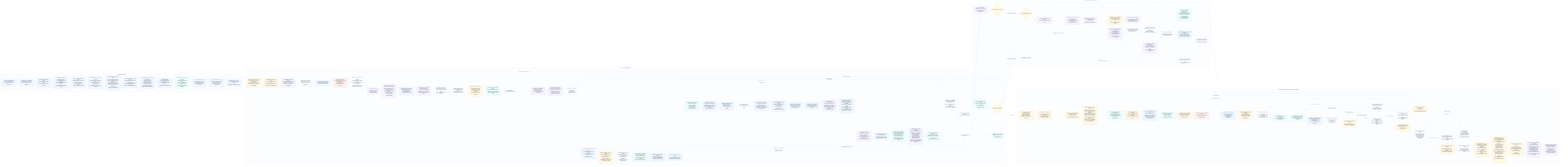
Earlier version of the Mermaid export odylith/atlas/source/domain-intelligence-greenfield-governance.png (odylith/odylith). Its source is kept beside it as odylith/atlas/source/domain-intelligence-greenfield-governance.mmd.
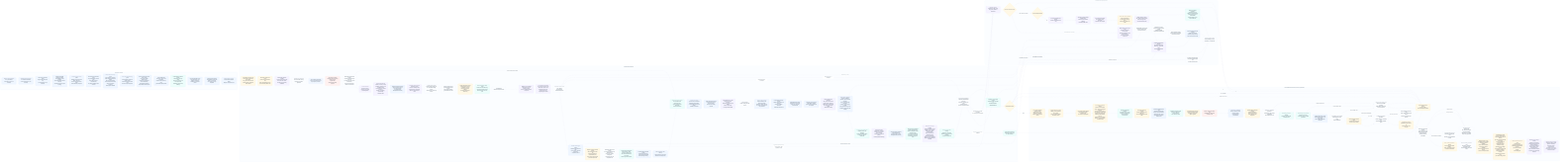
After the commit.

What changed in the source:
```diff
@@ -47,12 +47,14 @@
       state_boundary_titles["Radar title/action projection<br/>one resolved human actor/action pair;<br/>system-owned events cannot title<br/>human workstreams"]
       next_steps["Operator next steps<br/>governed start workstream,<br/>readiness gates preserve curated middle and terminal actions,<br/>validation commands"]
       project_dashboard["Project dashboard preview<br/>fragment-safe source-launch prompts<br/>persisted into tooling payload"]
+      project_story_slots["Typed Product Story slots<br/>problem, first path, boundary,<br/>capabilities, and proof keep distinct<br/>label-to-slot identity through rendered DOM"]
       draft_set["ArtifactDraftSet<br/>human-visible governed drafts"]
       source_casing_custody["Source-casing custody<br/>accepted acronym and mixed-case tokens<br/>restored in visible copy only;<br/>IDs, paths, component refs stay structural"]
       control_plane_homonyms["Control-plane homonym custody<br/>Odylith surface names are blocked<br/>unless grounded in structured<br/>accepted product intent"]
       artifact_units["ArtifactQualityUnit stream<br/>projection id, source path,<br/>surface role, text kind,<br/>semantic node"]
       visible_actor_projection["Tribunal visible actor projection<br/>actor_source provenance,<br/>typed operator evidence,<br/>explicit many-hat allowance,<br/>role-specific generated labels,<br/>shared label custody"]
-      validators["Deterministic validators<br/>schema, traceability,<br/>grammar, typed canonical repetition,<br/>source-owned package repetition,<br/>topology, Project prompt quality,<br/>typed generated-copy units,<br/>clipped terminal tails"]
+      validators["Deterministic validators<br/>schema, traceability,<br/>grammar, typed canonical repetition,<br/>source-owned package repetition,<br/>topology, Project prompt quality,<br/>typed generated-copy units,<br/>complete-sentence terminal integrity"]
+      project_browser_states["Project browser state proof<br/>accepted, blank, and degraded<br/>desktop and mobile widths;<br/>no overflow, clamp, or hidden text"]
       expert_lenses["Expert-lens review<br/>PM, architect, engineer,<br/>domain reviewer typed owner contract<br/>coverage over accepted systems,<br/>including deferred topology"]
       persisted_readback["Persisted artifact readback<br/>create payload and accepted-project preview<br/>must agree before scoring"]
       governed_readback["Governed record readback<br/>release catalogs/events,<br/>Radar and Registry records,<br/>Compass records,<br/>surface payload globals,<br/>persisted source-launch;<br/>no Greenfield program or wave"]
@@ -125,9 +127,9 @@
     end
 
     visible_intent --> confirmable_stdout --> source_guard --> operating_envelope --> intent_section_parser --> prose_boundary_guard --> prompt_recovery --> editorial_framing_guard --> source_claim_custody --> confirmed_ir --> accepted_path_projection --> non_goal_owner --> sparse_systems --> public_system_copy
-    public_system_copy --> apply_input --> intent_visible_result --> compiler --> actor_role_owner --> artifact_actor_filter --> actor_path_role --> shared_event_resolver --> semantic_ir --> evaluation_semantics --> external_boundary --> sequence_owner --> subject_carry_guard --> result_language --> visible_result_priority --> prose_shape_guard --> artifact_plan --> release_scope --> canonical_facts --> projection_contract --> semantic_patch_targets --> registry_contract_custody --> semantic_result_custody --> projections --> confirmed_diagram_projection --> atlas_label_custody --> state_boundary_titles --> next_steps --> project_dashboard --> draft_set
+    public_system_copy --> apply_input --> intent_visible_result --> compiler --> actor_role_owner --> artifact_actor_filter --> actor_path_role --> shared_event_resolver --> semantic_ir --> evaluation_semantics --> external_boundary --> sequence_owner --> subject_carry_guard --> result_language --> visible_result_priority --> prose_shape_guard --> artifact_plan --> release_scope --> canonical_facts --> projection_contract --> semantic_patch_targets --> registry_contract_custody --> semantic_result_custody --> projections --> confirmed_diagram_projection --> atlas_label_custody --> state_boundary_titles --> next_steps --> project_dashboard --> project_story_slots --> draft_set
     shared_event_resolver -. "same resolved human event" .-> state_boundary_titles
-    draft_set --> source_casing_custody --> control_plane_homonyms --> artifact_units --> mermaid_source_units --> visible_actor_projection --> validators --> expert_lenses --> persisted_readback --> governed_readback --> evidence_readback --> typed_findings --> source_addresses --> projection_targets --> final_manifest
+    draft_set --> source_casing_custody --> control_plane_homonyms --> artifact_units --> mermaid_source_units --> visible_actor_projection --> validators --> project_browser_states --> expert_lenses --> persisted_readback --> governed_readback --> evidence_readback --> typed_findings --> source_addresses --> projection_targets --> final_manifest
     typed_findings -- "untyped or legacy-only evidence" --> legacy_blockers --> blockers
     final_manifest -- "pass" --> surface_custody --> portable_catalog_links --> transaction_quality --> acceptance_identity --> compiled_memory_previews --> report_envelope --> transaction_seal --> compiler_receipt --> pending_package --> transaction_ready --> commit_verify --> snapshot_manifest --> immutable_generation --> generation_readback --> writes --> atomic_cleanup --> readback --> active_pointer --> published_verify --> journal_close --> canonical_reader --> post_confirm_handoff --> reviewed_receipt --> matrix_scorer --> release_matrix --> natural_rescue_proof --> selected_case_leakage --> registry_forensics_custody
     final_manifest -- "quality debt remains" --> blockers
@@ -169,7 +171,7 @@
     classDef rescue fill:#FFF7ED,stroke:#FDBA74,color:#132033,stroke-width:1.2px;
     classDef write fill:#F0FDF4,stroke:#86EFAC,color:#132033,stroke-width:1.2px;
     class visible_intent,confirmable_stdout,source_guard,operating_envelope,intent_section_parser,prose_boundary_guard,prompt_recovery,editorial_framing_guard,source_claim_custody,confirmed_ir,non_goal_owner,sparse_systems,public_system_copy intent;
-    class apply_input,intent_visible_result,compiler,semantic_ir,evaluation_semantics,actor_role_owner,artifact_actor_filter,actor_path_role,shared_event_resolver,external_boundary,sequence_owner,subject_carry_guard,result_language,visible_result_priority,prose_shape_guard,artifact_plan,release_scope,canonical_facts,projection_contract,semantic_patch_targets,registry_contract_custody,semantic_result_custody,projections,confirmed_diagram_projection,atlas_label_custody,state_boundary_titles,next_steps,project_dashboard,draft_set,source_casing_custody,control_plane_homonyms,artifact_units,mermaid_source_units,visible_actor_projection,validators,expert_lenses,persisted_readback,governed_readback,evidence_readback,typed_findings,source_addresses,projection_targets,legacy_blockers,final_manifest standard;
+    class apply_input,intent_visible_result,compiler,semantic_ir,evaluation_semantics,actor_role_owner,artifact_actor_filter,actor_path_role,shared_event_resolver,external_boundary,sequence_owner,subject_carry_guard,result_language,visible_result_priority,prose_shape_guard,artifact_plan,release_scope,canonical_facts,projection_contract,semantic_patch_targets,registry_contract_custody,semantic_result_custody,projections,confirmed_diagram_projection,atlas_label_custody,state_boundary_titles,next_steps,project_dashboard,project_story_slots,draft_set,source_casing_custody,control_plane_homonyms,artifact_units,mermaid_source_units,visible_actor_projection,validators,project_browser_states,expert_lenses,persisted_readback,governed_readback,evidence_readback,typed_findings,source_addresses,projection_targets,legacy_blockers,final_manifest standard;
     class repairable,patchset,executable_target,deterministic_source_patch,rescue_budget,tribunal_planner,provider_adapter,strict_schema,custody_check,repair_manifest,semantic_apply,plan_apply,semantic_mirror_sync,scope_ledger,dashboard_rerender,projection_rerender,package_inspection,rerender rescue;
     class surface_custody,portable_catalog_links,transaction_quality,acceptance_identity,compiled_memory_previews,report_envelope,transaction_seal,compiler_receipt,pending_package,transaction_ready,commit_verify,snapshot_manifest,immutable_generation,generation_readback,writes,atomic_cleanup,readback,active_pointer,published_verify,journal_close,canonical_reader,reviewed_receipt,later_writer,supersession,rollback,recovery_required,blockers,post_confirm_handoff,matrix_scorer,release_matrix,natural_rescue_proof,selected_case_leakage,registry_forensics_custody write;
 
```
